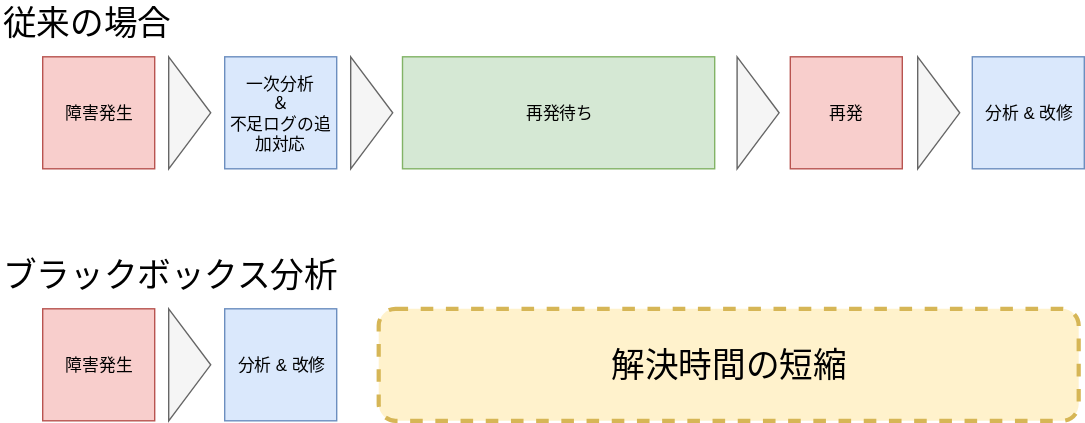
Earlier version of the draw.io export docs/book-introduction-of-jfr/site/images/001-blackbox_analysis.svg (koduki/koduki.github.io). Source tidied: cells renumbered, new cells last; positions are measured from the earlier drawing's top-left corner, leaving out a move shared by most shapes. The source it was exported from:
```xml
<mxGraphModel>
  <root>
    <mxCell id="0" />
    <mxCell id="1" parent="0" />
    <mxCell id="2" value="障害発生" style="whiteSpace=wrap;html=1;fillColor=#f8cecc;strokeColor=#b85450;" parent="1" vertex="1">
      <mxGeometry x="30" y="40" width="80" height="80" as="geometry" />
    </mxCell>
    <mxCell id="3" value="一次分析&lt;br&gt;＆&lt;br&gt;不足ログの追加対応" style="whiteSpace=wrap;html=1;fillColor=#dae8fc;strokeColor=#6c8ebf;" parent="1" vertex="1">
      <mxGeometry x="160" y="40" width="80" height="80" as="geometry" />
    </mxCell>
    <mxCell id="4" value="再発" style="whiteSpace=wrap;html=1;fillColor=#f8cecc;strokeColor=#b85450;" parent="1" vertex="1">
      <mxGeometry x="564" y="40" width="80" height="80" as="geometry" />
    </mxCell>
    <mxCell id="5" value="分析 &amp;amp; 改修" style="whiteSpace=wrap;html=1;fillColor=#dae8fc;strokeColor=#6c8ebf;" parent="1" vertex="1">
      <mxGeometry x="694" y="40" width="80" height="80" as="geometry" />
    </mxCell>
    <mxCell id="6" value="再発待ち" style="rounded=0;whiteSpace=wrap;html=1;fillColor=#d5e8d4;strokeColor=#82b366;" parent="1" vertex="1">
      <mxGeometry x="287" y="40" width="223" height="80" as="geometry" />
    </mxCell>
    <mxCell id="7" style="triangle;whiteSpace=wrap;html=1;fillColor=#f5f5f5;strokeColor=#666666;fontColor=#333333;" parent="1" vertex="1">
      <mxGeometry x="120" y="40" width="30" height="80" as="geometry" />
    </mxCell>
    <mxCell id="8" style="triangle;whiteSpace=wrap;html=1;fillColor=#f5f5f5;strokeColor=#666666;fontColor=#333333;" parent="1" vertex="1">
      <mxGeometry x="250" y="40" width="30" height="80" as="geometry" />
    </mxCell>
    <mxCell id="9" style="triangle;whiteSpace=wrap;html=1;fillColor=#f5f5f5;strokeColor=#666666;fontColor=#333333;" parent="1" vertex="1">
      <mxGeometry x="526" y="40" width="30" height="80" as="geometry" />
    </mxCell>
    <mxCell id="10" style="triangle;whiteSpace=wrap;html=1;fillColor=#f5f5f5;strokeColor=#666666;fontColor=#333333;" parent="1" vertex="1">
      <mxGeometry x="655" y="40" width="30" height="80" as="geometry" />
    </mxCell>
    <mxCell id="11" value="&lt;font style=&quot;font-size: 24px&quot;&gt;従来の場合&lt;/font&gt;" style="text;html=1;align=left;verticalAlign=top;spacingTop=-4;" parent="1" vertex="1">
      <mxGeometry width="140" height="20" as="geometry" />
    </mxCell>
    <mxCell id="12" value="障害発生" style="whiteSpace=wrap;html=1;fillColor=#f8cecc;strokeColor=#b85450;" parent="1" vertex="1">
      <mxGeometry x="30" y="220" width="80" height="80" as="geometry" />
    </mxCell>
    <mxCell id="13" value="分析 &amp;amp; 改修" style="whiteSpace=wrap;html=1;fillColor=#dae8fc;strokeColor=#6c8ebf;" parent="1" vertex="1">
      <mxGeometry x="160" y="220" width="80" height="80" as="geometry" />
    </mxCell>
    <mxCell id="14" style="triangle;whiteSpace=wrap;html=1;fillColor=#f5f5f5;strokeColor=#666666;fontColor=#333333;" parent="1" vertex="1">
      <mxGeometry x="120" y="220" width="30" height="80" as="geometry" />
    </mxCell>
    <mxCell id="15" value="&lt;font style=&quot;font-size: 24px&quot;&gt;ブラックボックス分析&lt;/font&gt;" style="text;html=1;align=left;verticalAlign=top;spacingTop=-4;" parent="1" vertex="1">
      <mxGeometry y="180" width="260" height="20" as="geometry" />
    </mxCell>
    <mxCell id="16" value="&lt;font style=&quot;font-size: 24px&quot;&gt;解決時間の短縮&lt;/font&gt;" style="rounded=1;whiteSpace=wrap;html=1;dashed=1;fillColor=#fff2cc;strokeColor=#d6b656;strokeWidth=3;" parent="1" vertex="1">
      <mxGeometry x="270" y="220" width="500" height="80" as="geometry" />
    </mxCell>
  </root>
</mxGraphModel>
```
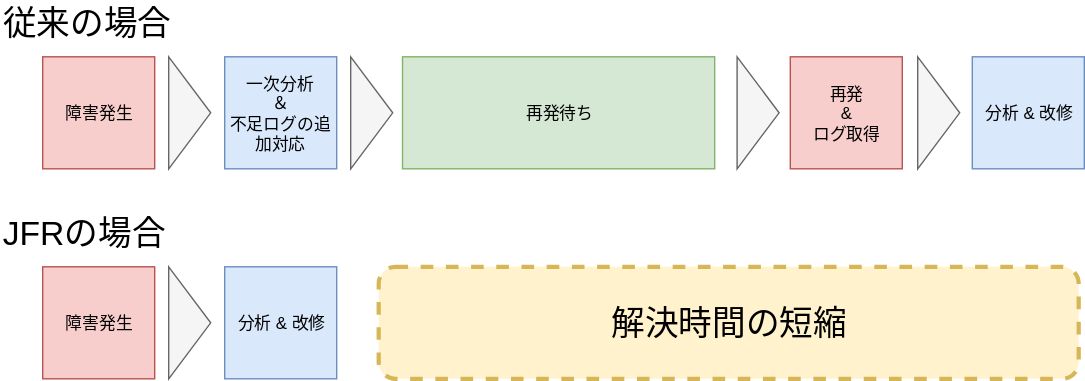
The same file after the commit.

What changed in the source:
```diff
@@ -8,7 +8,7 @@
     <mxCell id="3" value="一次分析&lt;br&gt;＆&lt;br&gt;不足ログの追加対応" style="whiteSpace=wrap;html=1;fillColor=#dae8fc;strokeColor=#6c8ebf;" parent="1" vertex="1">
       <mxGeometry x="160" y="40" width="80" height="80" as="geometry" />
     </mxCell>
-    <mxCell id="4" value="再発" style="whiteSpace=wrap;html=1;fillColor=#f8cecc;strokeColor=#b85450;" parent="1" vertex="1">
+    <mxCell id="4" value="再発&lt;br&gt;&amp;amp;&lt;br&gt;ログ取得" style="whiteSpace=wrap;html=1;fillColor=#f8cecc;strokeColor=#b85450;" parent="1" vertex="1">
       <mxGeometry x="564" y="40" width="80" height="80" as="geometry" />
     </mxCell>
     <mxCell id="5" value="分析 &amp;amp; 改修" style="whiteSpace=wrap;html=1;fillColor=#dae8fc;strokeColor=#6c8ebf;" parent="1" vertex="1">
@@ -33,19 +33,19 @@
       <mxGeometry width="140" height="20" as="geometry" />
     </mxCell>
     <mxCell id="12" value="障害発生" style="whiteSpace=wrap;html=1;fillColor=#f8cecc;strokeColor=#b85450;" parent="1" vertex="1">
-      <mxGeometry x="30" y="220" width="80" height="80" as="geometry" />
+      <mxGeometry x="30" y="190" width="80" height="80" as="geometry" />
     </mxCell>
     <mxCell id="13" value="分析 &amp;amp; 改修" style="whiteSpace=wrap;html=1;fillColor=#dae8fc;strokeColor=#6c8ebf;" parent="1" vertex="1">
-      <mxGeometry x="160" y="220" width="80" height="80" as="geometry" />
+      <mxGeometry x="160" y="190" width="80" height="80" as="geometry" />
     </mxCell>
     <mxCell id="14" style="triangle;whiteSpace=wrap;html=1;fillColor=#f5f5f5;strokeColor=#666666;fontColor=#333333;" parent="1" vertex="1">
-      <mxGeometry x="120" y="220" width="30" height="80" as="geometry" />
+      <mxGeometry x="120" y="190" width="30" height="80" as="geometry" />
     </mxCell>
-    <mxCell id="15" value="&lt;font style=&quot;font-size: 24px&quot;&gt;ブラックボックス分析&lt;/font&gt;" style="text;html=1;align=left;verticalAlign=top;spacingTop=-4;" parent="1" vertex="1">
-      <mxGeometry y="180" width="260" height="20" as="geometry" />
+    <mxCell id="15" value="&lt;font style=&quot;font-size: 24px&quot;&gt;JFRの場合&lt;/font&gt;" style="text;html=1;align=left;verticalAlign=top;spacingTop=-4;" parent="1" vertex="1">
+      <mxGeometry y="150" width="130" height="20" as="geometry" />
     </mxCell>
     <mxCell id="16" value="&lt;font style=&quot;font-size: 24px&quot;&gt;解決時間の短縮&lt;/font&gt;" style="rounded=1;whiteSpace=wrap;html=1;dashed=1;fillColor=#fff2cc;strokeColor=#d6b656;strokeWidth=3;" parent="1" vertex="1">
-      <mxGeometry x="270" y="220" width="500" height="80" as="geometry" />
+      <mxGeometry x="270" y="190" width="500" height="80" as="geometry" />
     </mxCell>
   </root>
 </mxGraphModel>
```
